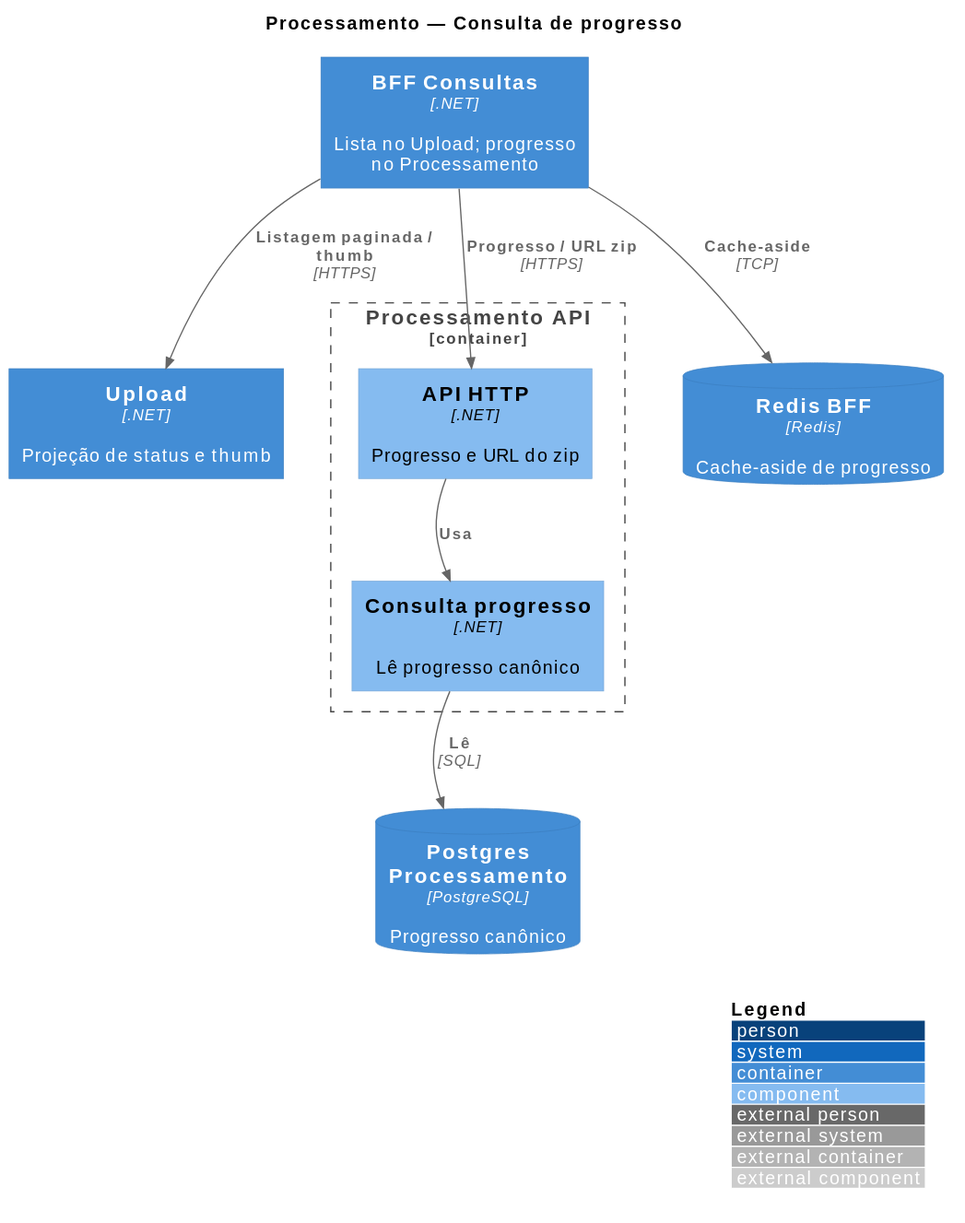
Above: arquitetura/07_componentes-processamento-consulta.svg in fiap-x-vcosta/docs (PlantUML), before the change. Source of this version:
```plantuml
@startuml
!include https://raw.githubusercontent.com/plantuml-stdlib/C4-PlantUML/master/C4_Component.puml

LAYOUT_WITH_LEGEND()
LAYOUT_TOP_DOWN()

title Processamento — Consulta de progresso

Container(bff, "BFF Consultas", ".NET", "Lista no Upload; progresso no Processamento")
Container(upload, "Upload", ".NET", "Projeção de status e thumb")
ContainerDb(redis, "Redis BFF", "Redis", "Cache-aside de progresso")
ContainerDb(pgProc, "Postgres Processamento", "PostgreSQL", "Progresso canônico")

Container_Boundary(procApi, "Processamento API") {
  Component(apiHttp, "API HTTP", ".NET", "Progresso e URL do zip")
  Component(consulta, "Consulta progresso", ".NET", "Lê progresso canônico")
}

Rel(bff, upload, "Listagem paginada / thumb", "HTTPS")
Rel(bff, redis, "Cache-aside", "TCP")
Rel(bff, apiHttp, "Progresso / URL zip", "HTTPS")
Rel(apiHttp, consulta, "Usa")
Rel(consulta, pgProc, "Lê", "SQL")

Lay_D(bff, redis)
Lay_R(bff, upload)
Lay_R(bff, apiHttp)
Lay_D(apiHttp, consulta)
Lay_D(consulta, pgProc)
@enduml
```
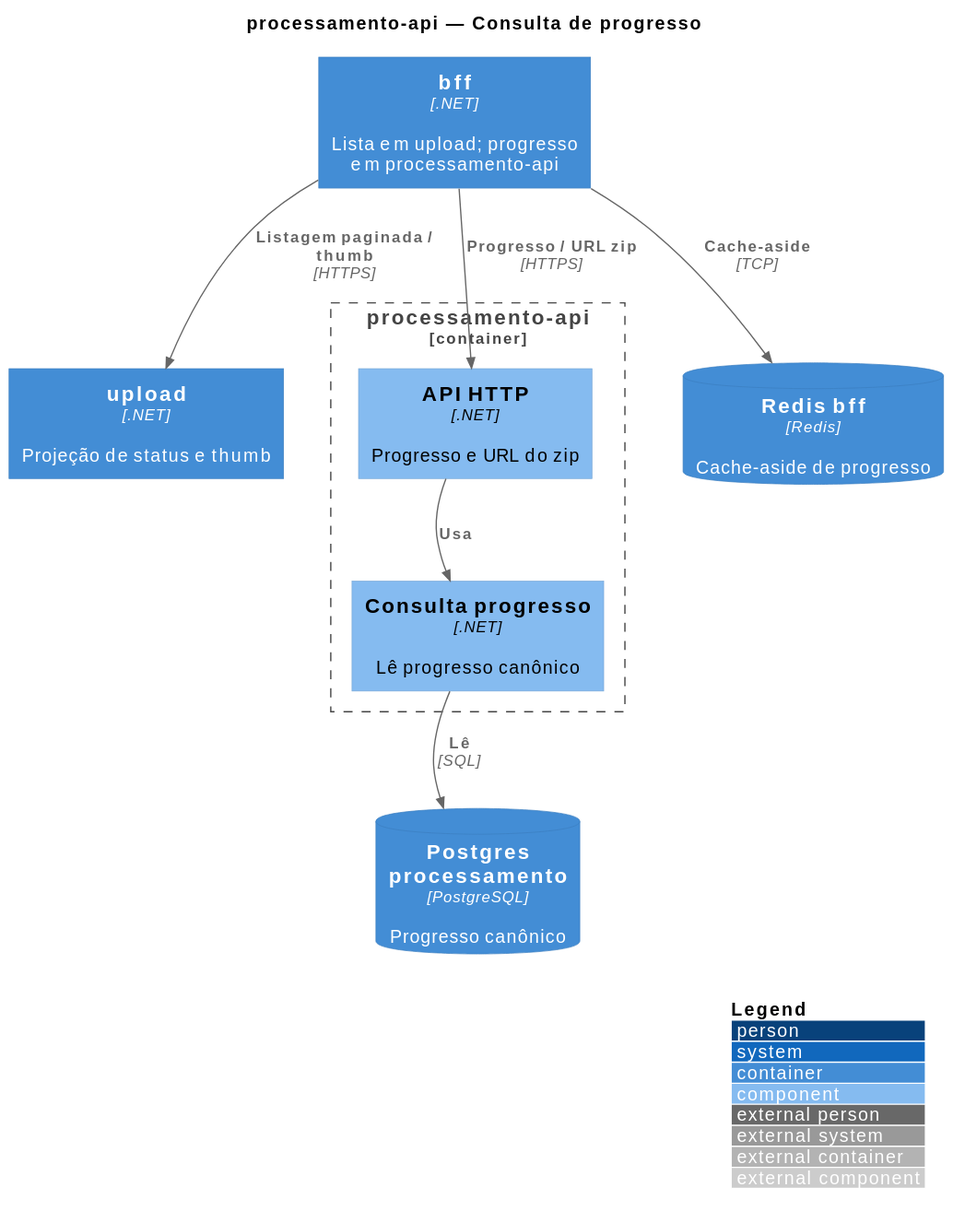
The same file after the commit.

The edit, as a diff of the source:
```diff
@@ -4,14 +4,14 @@
 LAYOUT_WITH_LEGEND()
 LAYOUT_TOP_DOWN()
 
-title Processamento — Consulta de progresso
+title processamento-api — Consulta de progresso
 
-Container(bff, "BFF Consultas", ".NET", "Lista no Upload; progresso no Processamento")
-Container(upload, "Upload", ".NET", "Projeção de status e thumb")
-ContainerDb(redis, "Redis BFF", "Redis", "Cache-aside de progresso")
-ContainerDb(pgProc, "Postgres Processamento", "PostgreSQL", "Progresso canônico")
+Container(bff, "bff", ".NET", "Lista em upload; progresso em processamento-api")
+Container(upload, "upload", ".NET", "Projeção de status e thumb")
+ContainerDb(redis, "Redis bff", "Redis", "Cache-aside de progresso")
+ContainerDb(pgProc, "Postgres processamento", "PostgreSQL", "Progresso canônico")
 
-Container_Boundary(procApi, "Processamento API") {
+Container_Boundary(procApi, "processamento-api") {
   Component(apiHttp, "API HTTP", ".NET", "Progresso e URL do zip")
   Component(consulta, "Consulta progresso", ".NET", "Lê progresso canônico")
 }
```
